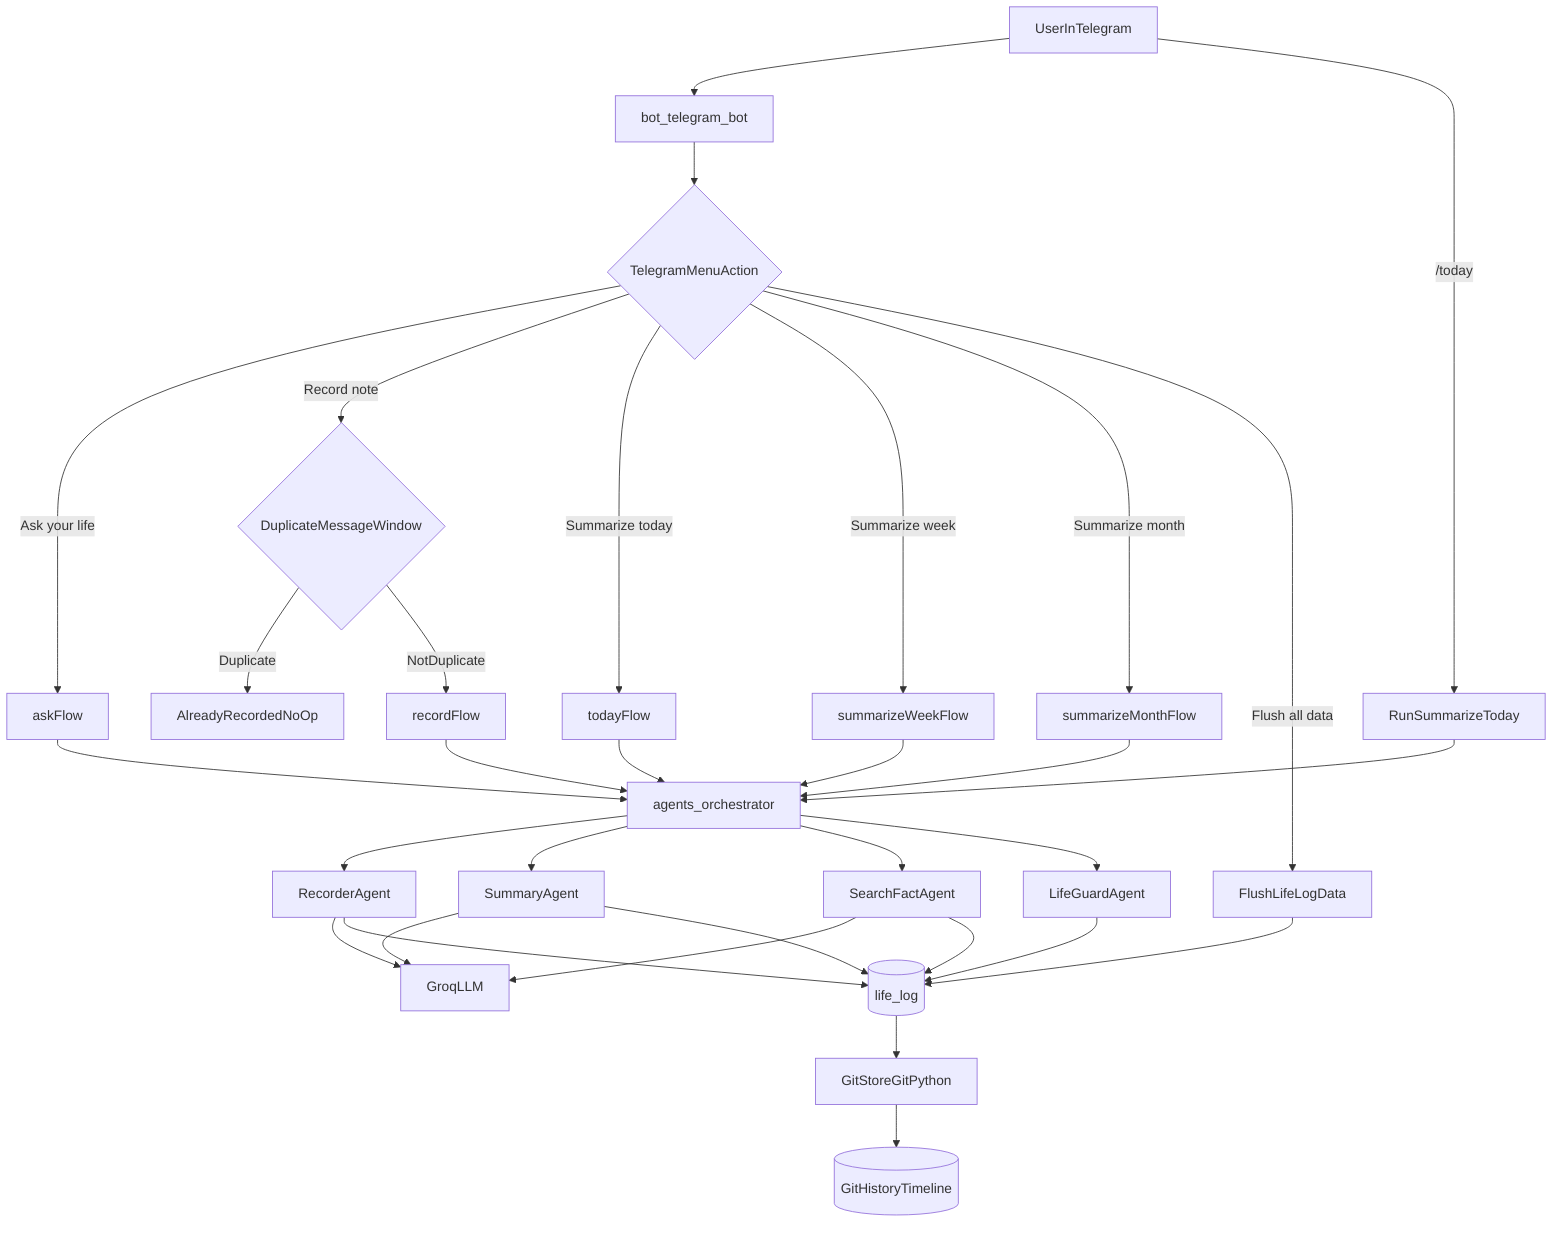
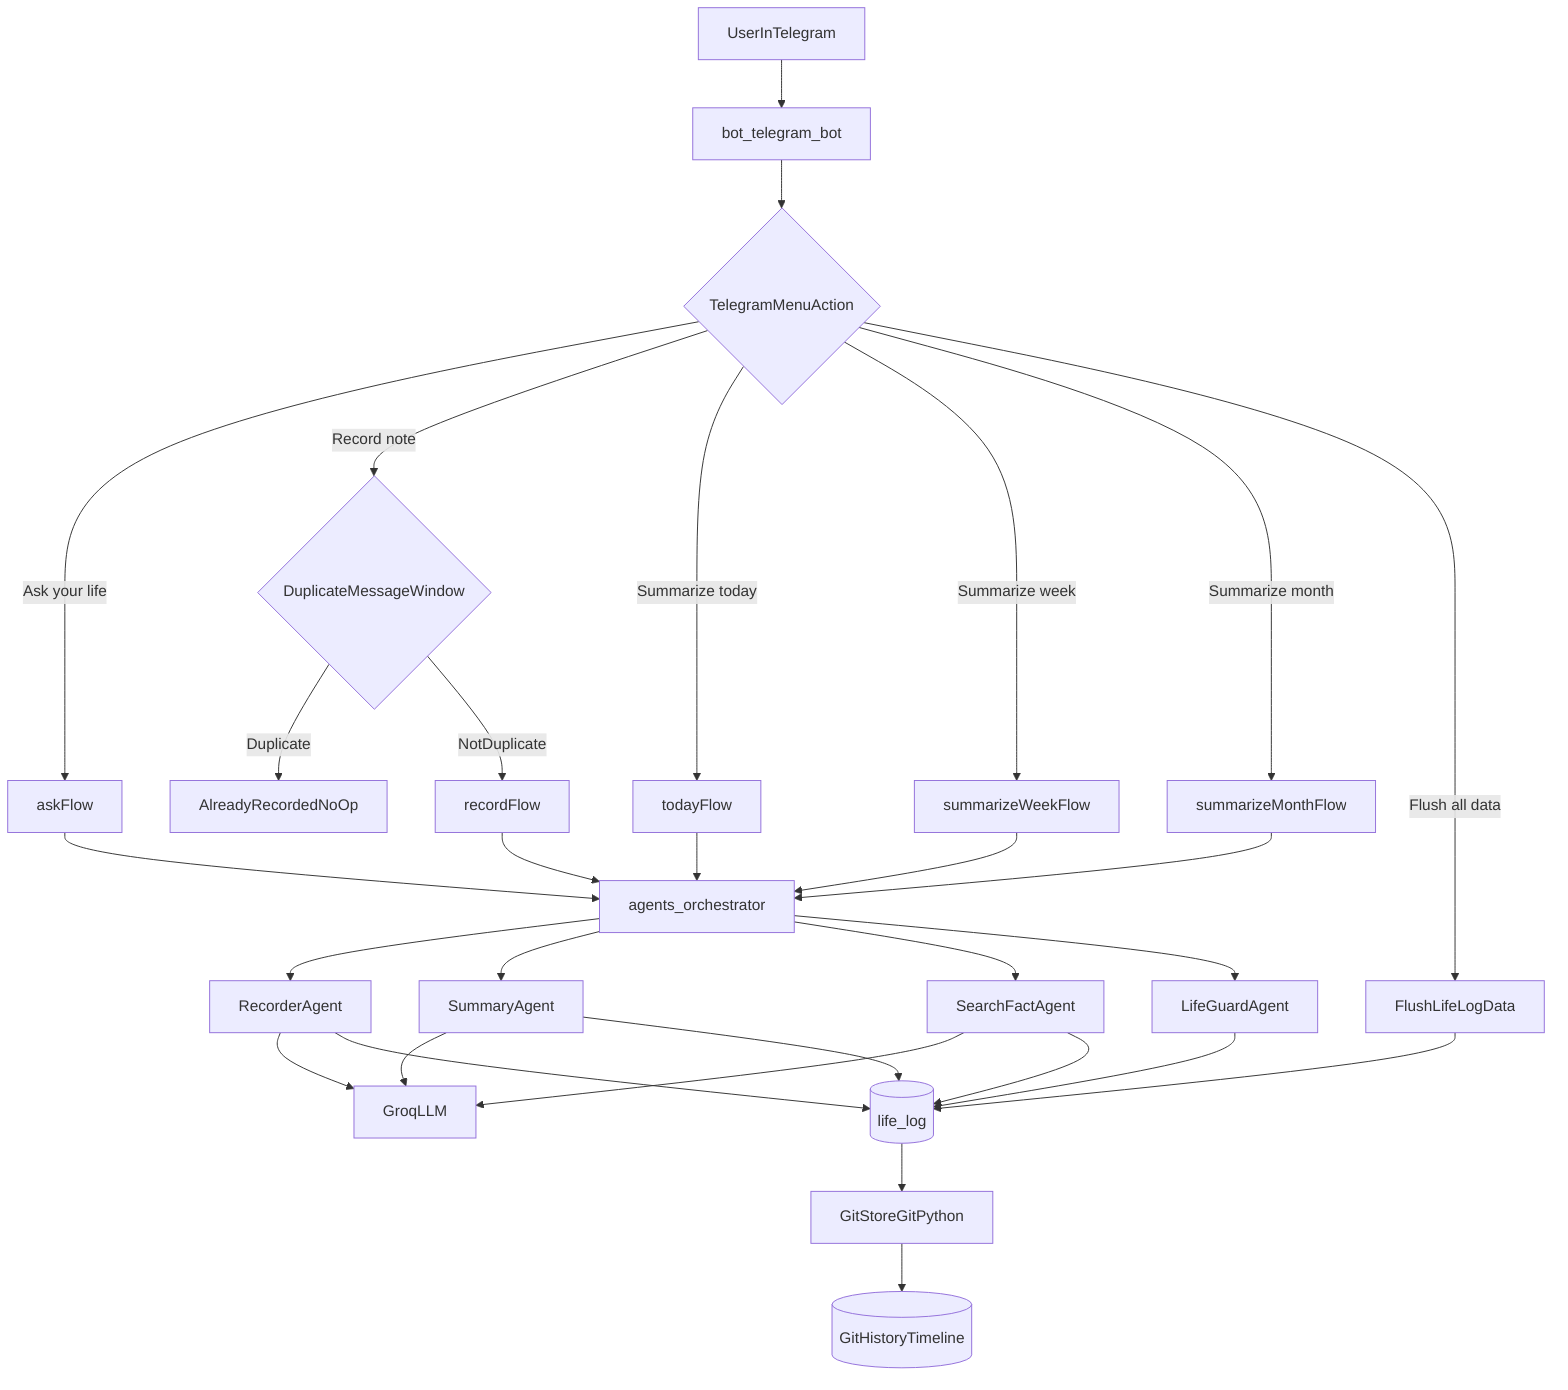
flowchart TD
  tgUser[UserInTelegram] --> tg[bot_telegram_bot]
  tg --> tgNav{TelegramMenuAction}
-   tgUser -->|/today| todayCmd[RunSummarizeToday]
  tgNav -->|Ask your life| askFlow
  tgNav -->|Record note| dedupe{DuplicateMessageWindow}
  dedupe -->|Duplicate| dedupeReturn[AlreadyRecordedNoOp]
  dedupe -->|NotDuplicate| recordFlow
  tgNav -->|Summarize today| todayFlow
  tgNav -->|Summarize week| summarizeWeekFlow
  tgNav -->|Summarize month| summarizeMonthFlow
  tgNav -->|Flush all data| flushFlow[FlushLifeLogData]

-   todayCmd --> orchestrator
  flushFlow --> storage

  askFlow --> orchestrator[agents_orchestrator]
  recordFlow --> orchestrator
  todayFlow --> orchestrator
  summarizeWeekFlow --> orchestrator
  summarizeMonthFlow --> orchestrator

  orchestrator --> recorder[RecorderAgent]
  orchestrator --> summary[SummaryAgent]
  orchestrator --> search[SearchFactAgent]
  orchestrator --> lifeguard[LifeGuardAgent]

  recorder --> groq[GroqLLM]
  summary --> groq
  search --> groq

  recorder --> storage[(life_log)]
  summary --> storage
  search --> storage
  lifeguard --> storage

  storage --> git[GitStoreGitPython]
  git --> history[(GitHistoryTimeline)]
